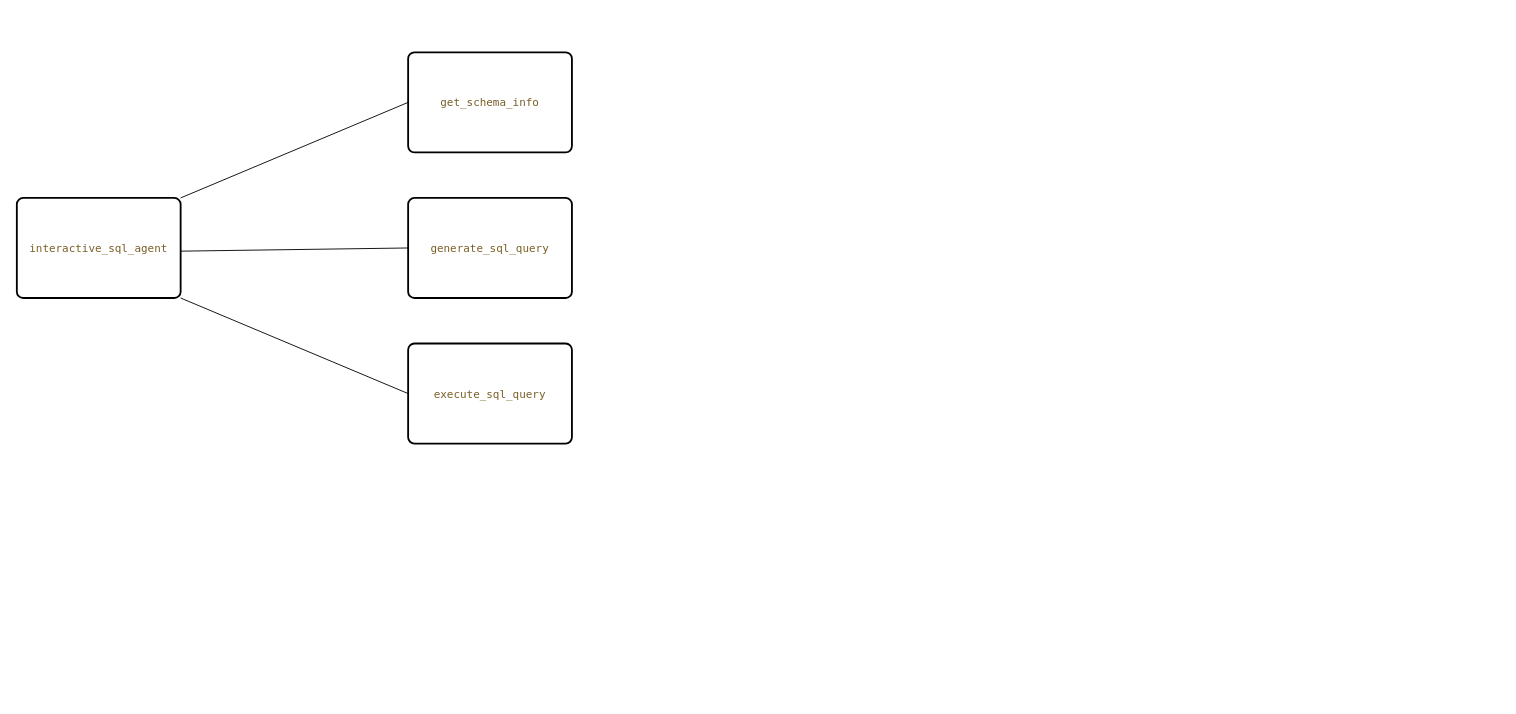
This is SQL/SQL AI.drawio from roninfate/AI, a draw.io file, before an edit. Source tidied: cells renumbered, new cells numbered last; positions are measured from the earlier drawing's top-left corner, leaving out a move shared by most shapes. Both pictures are drawn from the tidied source at 91%, with x=0, y=0 at pixel (16, 52).
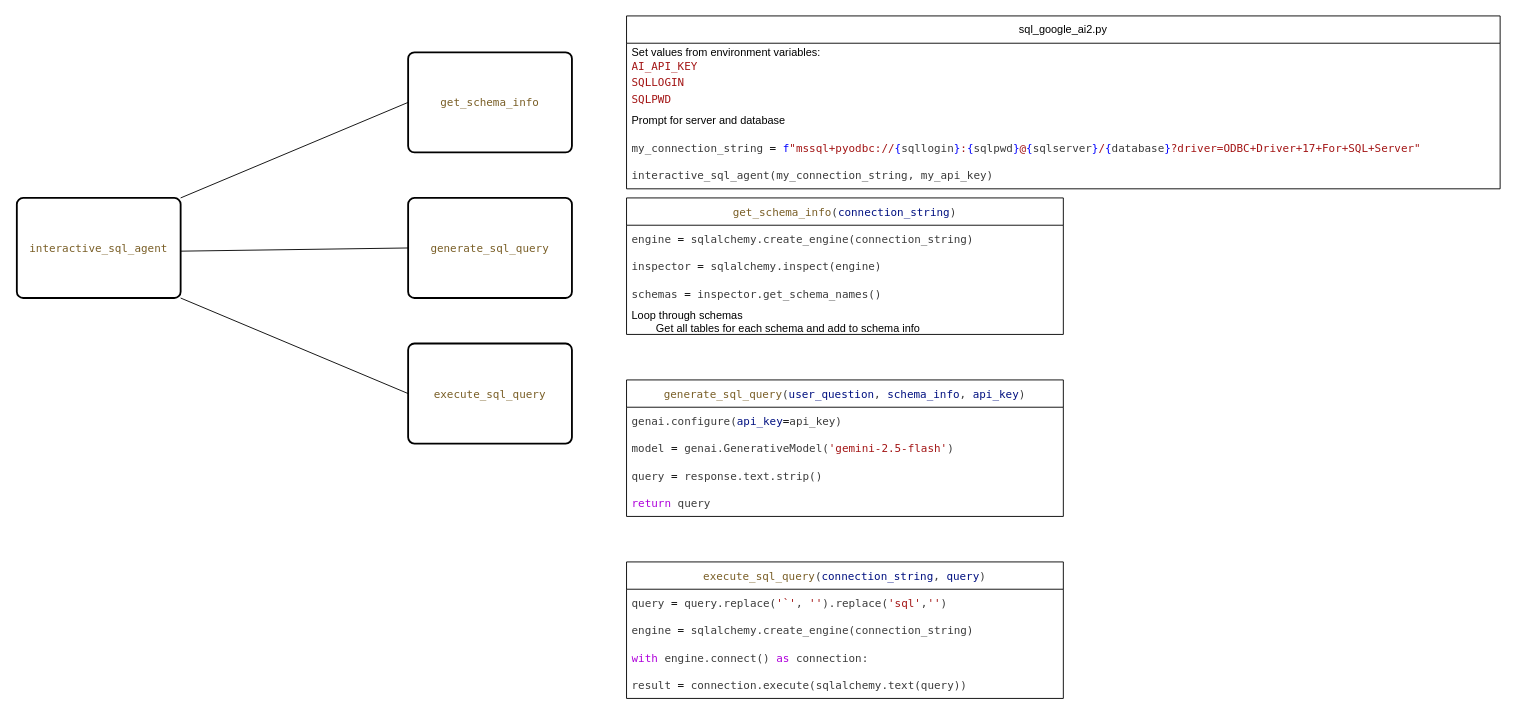
The same page after the edit.

Diff of the diagram source:
```diff
@@
+    <mxCell id="9" value="&lt;div style=&quot;color: rgb(59, 59, 59); background-color: rgb(255, 255, 255); font-family: Menlo, Monaco, &amp;quot;Courier New&amp;quot;, monospace; line-height: 18px; white-space: pre;&quot;&gt;&lt;span style=&quot;color: #795e26;&quot;&gt;get_schema_info&lt;/span&gt;(&lt;span style=&quot;color: #001080;&quot;&gt;connection_string&lt;/span&gt;)&lt;/div&gt;" style="swimlane;fontStyle=0;horizontal=1;startSize=30;whiteSpace=wrap;html=1;" parent="1" vertex="1">
+      <mxGeometry x="670" y="160" width="480" height="150" as="geometry" />
+    </mxCell>
+    <mxCell id="10" value="&lt;div style=&quot;color: rgb(59, 59, 59); background-color: rgb(255, 255, 255); font-family: Menlo, Monaco, &amp;quot;Courier New&amp;quot;, monospace; line-height: 18px; white-space: pre;&quot;&gt;engine &lt;span style=&quot;color: #000000;&quot;&gt;=&lt;/span&gt; sqlalchemy.create_engine(connection_string)&lt;/div&gt;" style="text;strokeColor=none;fillColor=none;align=left;verticalAlign=middle;spacingLeft=4;spacingRight=4;overflow=hidden;whiteSpace=wrap;html=1;" parent="9" vertex="1">
+      <mxGeometry y="30" width="480" height="30" as="geometry" />
+    </mxCell>
+    <mxCell id="11" value="&lt;div style=&quot;color: rgb(59, 59, 59); background-color: rgb(255, 255, 255); font-family: Menlo, Monaco, &amp;quot;Courier New&amp;quot;, monospace; line-height: 18px; white-space: pre;&quot;&gt;&lt;div style=&quot;line-height: 18px;&quot;&gt;inspector &lt;span style=&quot;color: #000000;&quot;&gt;=&lt;/span&gt; sqlalchemy.inspect(engine)&lt;/div&gt;&lt;/div&gt;" style="text;strokeColor=none;fillColor=none;align=left;verticalAlign=middle;spacingLeft=4;spacingRight=4;overflow=hidden;whiteSpace=wrap;html=1;" parent="9" vertex="1">
+      <mxGeometry y="60" width="480" height="30" as="geometry" />
+    </mxCell>
+    <mxCell id="12" value="&lt;div style=&quot;color: rgb(59, 59, 59); background-color: rgb(255, 255, 255); font-family: Menlo, Monaco, &amp;quot;Courier New&amp;quot;, monospace; line-height: 18px; white-space: pre;&quot;&gt;schemas &lt;span style=&quot;color: #000000;&quot;&gt;=&lt;/span&gt; inspector.get_schema_names()&lt;/div&gt;" style="text;strokeColor=none;fillColor=none;align=left;verticalAlign=middle;spacingLeft=4;spacingRight=4;overflow=hidden;whiteSpace=wrap;html=1;" parent="9" vertex="1">
+      <mxGeometry y="90" width="480" height="30" as="geometry" />
+    </mxCell>
+    <mxCell id="13" value="Loop through schemas&lt;div&gt;&lt;span style=&quot;white-space: pre;&quot;&gt;&#9;&lt;/span&gt;Get all tables for each schema and add to schema info&lt;br&gt;&lt;/div&gt;" style="text;strokeColor=none;fillColor=none;align=left;verticalAlign=middle;spacingLeft=4;spacingRight=4;overflow=hidden;whiteSpace=wrap;html=1;" parent="9" vertex="1">
+      <mxGeometry y="120" width="480" height="30" as="geometry" />
+    </mxCell>
+    <mxCell id="14" value="&lt;div style=&quot;color: rgb(59, 59, 59); background-color: rgb(255, 255, 255); font-family: Menlo, Monaco, &amp;quot;Courier New&amp;quot;, monospace; line-height: 18px; white-space: pre;&quot;&gt;&lt;span style=&quot;color: #795e26;&quot;&gt;generate_sql_query&lt;/span&gt;(&lt;span style=&quot;color: #001080;&quot;&gt;user_question&lt;/span&gt;, &lt;span style=&quot;color: #001080;&quot;&gt;schema_info&lt;/span&gt;, &lt;span style=&quot;color: #001080;&quot;&gt;api_key&lt;/span&gt;)&lt;/div&gt;" style="swimlane;fontStyle=0;horizontal=1;startSize=30;whiteSpace=wrap;html=1;" parent="1" vertex="1">
+      <mxGeometry x="670" y="360" width="480" height="150" as="geometry" />
+    </mxCell>
+    <mxCell id="15" value="&lt;div style=&quot;color: rgb(59, 59, 59); background-color: rgb(255, 255, 255); font-family: Menlo, Monaco, &amp;quot;Courier New&amp;quot;, monospace; line-height: 18px; white-space: pre;&quot;&gt;genai.configure(&lt;span style=&quot;color: #001080;&quot;&gt;api_key&lt;/span&gt;&lt;span style=&quot;color: #000000;&quot;&gt;=&lt;/span&gt;api_key)&lt;/div&gt;" style="text;strokeColor=none;fillColor=none;align=left;verticalAlign=middle;spacingLeft=4;spacingRight=4;overflow=hidden;whiteSpace=wrap;html=1;" parent="14" vertex="1">
+      <mxGeometry y="30" width="480" height="30" as="geometry" />
+    </mxCell>
+    <mxCell id="16" value="&lt;div style=&quot;color: rgb(59, 59, 59); background-color: rgb(255, 255, 255); font-family: Menlo, Monaco, &amp;quot;Courier New&amp;quot;, monospace; line-height: 18px; white-space: pre;&quot;&gt;model &lt;span style=&quot;color: #000000;&quot;&gt;=&lt;/span&gt; genai.GenerativeModel(&lt;span style=&quot;color: #a31515;&quot;&gt;'gemini-2.5-flash'&lt;/span&gt;)&lt;/div&gt;" style="text;strokeColor=none;fillColor=none;align=left;verticalAlign=middle;spacingLeft=4;spacingRight=4;overflow=hidden;whiteSpace=wrap;html=1;" parent="14" vertex="1">
+      <mxGeometry y="60" width="480" height="30" as="geometry" />
+    </mxCell>
+    <mxCell id="17" value="&lt;div style=&quot;color: rgb(59, 59, 59); background-color: rgb(255, 255, 255); font-family: Menlo, Monaco, &amp;quot;Courier New&amp;quot;, monospace; line-height: 18px; white-space: pre;&quot;&gt;query &lt;span style=&quot;color: #000000;&quot;&gt;=&lt;/span&gt; response.text.strip()&lt;/div&gt;" style="text;strokeColor=none;fillColor=none;align=left;verticalAlign=middle;spacingLeft=4;spacingRight=4;overflow=hidden;whiteSpace=wrap;html=1;" parent="14" vertex="1">
+      <mxGeometry y="90" width="480" height="30" as="geometry" />
+    </mxCell>
+    <mxCell id="18" value="&lt;div style=&quot;color: rgb(59, 59, 59); background-color: rgb(255, 255, 255); font-family: Menlo, Monaco, &amp;quot;Courier New&amp;quot;, monospace; line-height: 18px; white-space: pre;&quot;&gt;&lt;span style=&quot;color: #af00db;&quot;&gt;return&lt;/span&gt; query&lt;/div&gt;" style="text;strokeColor=none;fillColor=none;align=left;verticalAlign=middle;spacingLeft=4;spacingRight=4;overflow=hidden;whiteSpace=wrap;html=1;" parent="14" vertex="1">
+      <mxGeometry y="120" width="480" height="30" as="geometry" />
+    </mxCell>
+    <mxCell id="19" value="&lt;div style=&quot;color: rgb(59, 59, 59); background-color: rgb(255, 255, 255); font-family: Menlo, Monaco, &amp;quot;Courier New&amp;quot;, monospace; line-height: 18px; white-space: pre;&quot;&gt;&lt;span style=&quot;color: #795e26;&quot;&gt;execute_sql_query&lt;/span&gt;(&lt;span style=&quot;color: #001080;&quot;&gt;connection_string&lt;/span&gt;, &lt;span style=&quot;color: #001080;&quot;&gt;query&lt;/span&gt;)&lt;/div&gt;" style="swimlane;fontStyle=0;horizontal=1;startSize=30;whiteSpace=wrap;html=1;" parent="1" vertex="1">
+      <mxGeometry x="670" y="560" width="480" height="150" as="geometry" />
+    </mxCell>
+    <mxCell id="20" value="&lt;div style=&quot;color: rgb(59, 59, 59); background-color: rgb(255, 255, 255); font-family: Menlo, Monaco, &amp;quot;Courier New&amp;quot;, monospace; line-height: 18px; white-space: pre;&quot;&gt;query &lt;span style=&quot;color: #000000;&quot;&gt;=&lt;/span&gt; query.replace(&lt;span style=&quot;color: #a31515;&quot;&gt;'`'&lt;/span&gt;, &lt;span style=&quot;color: #a31515;&quot;&gt;''&lt;/span&gt;).replace(&lt;span style=&quot;color: #a31515;&quot;&gt;'sql'&lt;/span&gt;,&lt;span style=&quot;color: #a31515;&quot;&gt;''&lt;/span&gt;)&lt;/div&gt;" style="text;strokeColor=none;fillColor=none;align=left;verticalAlign=middle;spacingLeft=4;spacingRight=4;overflow=hidden;whiteSpace=wrap;html=1;" parent="19" vertex="1">
+      <mxGeometry y="30" width="480" height="30" as="geometry" />
+    </mxCell>
+    <mxCell id="21" value="&lt;div style=&quot;color: rgb(59, 59, 59); background-color: rgb(255, 255, 255); font-family: Menlo, Monaco, &amp;quot;Courier New&amp;quot;, monospace; line-height: 18px; white-space: pre;&quot;&gt;engine &lt;span style=&quot;color: #000000;&quot;&gt;=&lt;/span&gt; sqlalchemy.create_engine(connection_string)&lt;/div&gt;" style="text;strokeColor=none;fillColor=none;align=left;verticalAlign=middle;spacingLeft=4;spacingRight=4;overflow=hidden;whiteSpace=wrap;html=1;" parent="19" vertex="1">
+      <mxGeometry y="60" width="480" height="30" as="geometry" />
+    </mxCell>
+    <mxCell id="22" value="&lt;div style=&quot;color: rgb(59, 59, 59); background-color: rgb(255, 255, 255); font-family: Menlo, Monaco, &amp;quot;Courier New&amp;quot;, monospace; line-height: 18px; white-space: pre;&quot;&gt;&lt;span style=&quot;color: #af00db;&quot;&gt;with&lt;/span&gt; engine.connect() &lt;span style=&quot;color: #af00db;&quot;&gt;as&lt;/span&gt; connection:&lt;/div&gt;" style="text;strokeColor=none;fillColor=none;align=left;verticalAlign=middle;spacingLeft=4;spacingRight=4;overflow=hidden;whiteSpace=wrap;html=1;" parent="19" vertex="1">
+      <mxGeometry y="90" width="480" height="30" as="geometry" />
+    </mxCell>
+    <mxCell id="23" value="&lt;div style=&quot;color: rgb(59, 59, 59); background-color: rgb(255, 255, 255); font-family: Menlo, Monaco, &amp;quot;Courier New&amp;quot;, monospace; line-height: 18px; white-space: pre;&quot;&gt;result &lt;span style=&quot;color: #000000;&quot;&gt;=&lt;/span&gt; connection.execute(sqlalchemy.text(query))&lt;/div&gt;" style="text;strokeColor=none;fillColor=none;align=left;verticalAlign=middle;spacingLeft=4;spacingRight=4;overflow=hidden;whiteSpace=wrap;html=1;" parent="19" vertex="1">
+      <mxGeometry y="120" width="480" height="30" as="geometry" />
+    </mxCell>
+    <mxCell id="24" value="sql_google_ai2.py" style="swimlane;fontStyle=0;horizontal=1;startSize=30;whiteSpace=wrap;html=1;" parent="1" vertex="1">
+      <mxGeometry x="670" y="-40" width="960" height="190" as="geometry" />
+    </mxCell>
+    <mxCell id="25" value="Set values from environment variables:&lt;div&gt;&lt;div style=&quot;color: rgb(59, 59, 59); background-color: rgb(255, 255, 255); font-family: Menlo, Monaco, &amp;quot;Courier New&amp;quot;, monospace; line-height: 18px; white-space: pre;&quot;&gt;&lt;span style=&quot;color: #a31515;&quot;&gt;AI_API_KEY&lt;/span&gt;&lt;/div&gt;&lt;/div&gt;&lt;div style=&quot;color: rgb(59, 59, 59); background-color: rgb(255, 255, 255); font-family: Menlo, Monaco, &amp;quot;Courier New&amp;quot;, monospace; line-height: 18px; white-space: pre;&quot;&gt;&lt;div style=&quot;line-height: 18px;&quot;&gt;&lt;span style=&quot;color: #a31515;&quot;&gt;SQLLOGIN&lt;/span&gt;&lt;/div&gt;&lt;div style=&quot;line-height: 18px;&quot;&gt;&lt;div style=&quot;line-height: 18px;&quot;&gt;&lt;span style=&quot;color: #a31515;&quot;&gt;SQLPWD&lt;/span&gt;&lt;/div&gt;&lt;/div&gt;&lt;/div&gt;" style="text;strokeColor=none;fillColor=none;align=left;verticalAlign=middle;spacingLeft=4;spacingRight=4;overflow=hidden;whiteSpace=wrap;html=1;" parent="24" vertex="1">
+      <mxGeometry y="30" width="960" height="70" as="geometry" />
+    </mxCell>
+    <mxCell id="26" value="Prompt for server and database" style="text;strokeColor=none;fillColor=none;align=left;verticalAlign=middle;spacingLeft=4;spacingRight=4;overflow=hidden;whiteSpace=wrap;html=1;" parent="24" vertex="1">
+      <mxGeometry y="100" width="960" height="30" as="geometry" />
+    </mxCell>
+    <mxCell id="27" value="&lt;div style=&quot;color: rgb(59, 59, 59); background-color: rgb(255, 255, 255); font-family: Menlo, Monaco, &amp;quot;Courier New&amp;quot;, monospace; line-height: 18px; white-space: pre;&quot;&gt;my_connection_string &lt;span style=&quot;color: #000000;&quot;&gt;=&lt;/span&gt; &lt;span style=&quot;color: #0000ff;&quot;&gt;f&lt;/span&gt;&lt;span style=&quot;color: #a31515;&quot;&gt;&quot;mssql+pyodbc://&lt;/span&gt;&lt;span style=&quot;color: #0000ff;&quot;&gt;{&lt;/span&gt;sqllogin&lt;span style=&quot;color: #0000ff;&quot;&gt;}&lt;/span&gt;&lt;span style=&quot;color: #a31515;&quot;&gt;:&lt;/span&gt;&lt;span style=&quot;color: #0000ff;&quot;&gt;{&lt;/span&gt;sqlpwd&lt;span style=&quot;color: #0000ff;&quot;&gt;}&lt;/span&gt;&lt;span style=&quot;color: #a31515;&quot;&gt;@&lt;/span&gt;&lt;span style=&quot;color: #0000ff;&quot;&gt;{&lt;/span&gt;sqlserver&lt;span style=&quot;color: #0000ff;&quot;&gt;}&lt;/span&gt;&lt;span style=&quot;color: #a31515;&quot;&gt;/&lt;/span&gt;&lt;span style=&quot;color: #0000ff;&quot;&gt;{&lt;/span&gt;database&lt;span style=&quot;color: #0000ff;&quot;&gt;}&lt;/span&gt;&lt;span style=&quot;color: #a31515;&quot;&gt;?driver=ODBC+Driver+17+For+SQL+Server&quot;&lt;/span&gt;&lt;/div&gt;" style="text;strokeColor=none;fillColor=none;align=left;verticalAlign=middle;spacingLeft=4;spacingRight=4;overflow=hidden;whiteSpace=wrap;html=1;" parent="24" vertex="1">
+      <mxGeometry y="130" width="960" height="30" as="geometry" />
+    </mxCell>
+    <mxCell id="28" value="&lt;div style=&quot;color: rgb(59, 59, 59); background-color: rgb(255, 255, 255); font-family: Menlo, Monaco, &amp;quot;Courier New&amp;quot;, monospace; line-height: 18px; white-space: pre;&quot;&gt;&lt;div style=&quot;line-height: 18px;&quot;&gt;interactive_sql_agent(my_connection_string, my_api_key)&lt;/div&gt;&lt;/div&gt;" style="text;strokeColor=none;fillColor=none;align=left;verticalAlign=middle;spacingLeft=4;spacingRight=4;overflow=hidden;whiteSpace=wrap;html=1;" parent="24" vertex="1">
+      <mxGeometry y="160" width="960" height="30" as="geometry" />
+    </mxCell>
```
